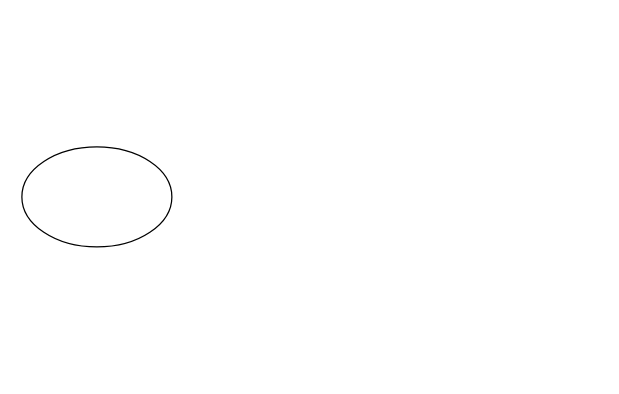
Before: Verkefni 3/Untitled Diagram.drawio in BirgirBragi/ROB2A_V23, a draw.io diagram. Source tidied: cells renumbered, new cells numbered last; positions are measured from the earlier drawing's top-left corner, leaving out a move shared by most shapes. Both pictures are drawn from the tidied source at 125%, with x=0, y=0 at pixel (21, 146).
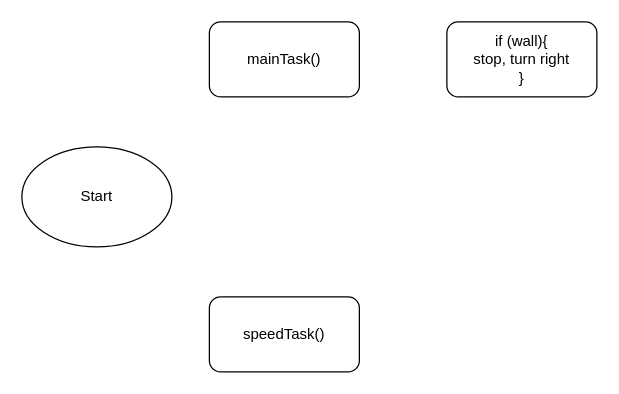
Above is the later version.

Diff of the diagram source:
```diff
@@
 <mxGraphModel>
   <root>
     <mxCell id="0" />
     <mxCell id="1" parent="0" />
-    <mxCell id="2" style="ellipse;whiteSpace=wrap;html=1;" parent="1" vertex="1">
+    <mxCell id="2" value="Start" style="ellipse;whiteSpace=wrap;html=1;" parent="1" vertex="1">
       <mxGeometry width="120" height="80" as="geometry" />
     </mxCell>
+    <mxCell id="3" value="mainTask()" style="rounded=1;whiteSpace=wrap;html=1;" parent="1" vertex="1">
+      <mxGeometry x="150" y="-100" width="120" height="60" as="geometry" />
+    </mxCell>
+    <mxCell id="4" value="speedTask()" style="rounded=1;whiteSpace=wrap;html=1;" parent="1" vertex="1">
+      <mxGeometry x="150" y="120" width="120" height="60" as="geometry" />
+    </mxCell>
+    <mxCell id="5" value="if (wall){&lt;br&gt;stop, turn right&lt;br&gt;}" style="rounded=1;whiteSpace=wrap;html=1;" parent="1" vertex="1">
+      <mxGeometry x="340" y="-100" width="120" height="60" as="geometry" />
+    </mxCell>
   </root>
 </mxGraphModel>
```
